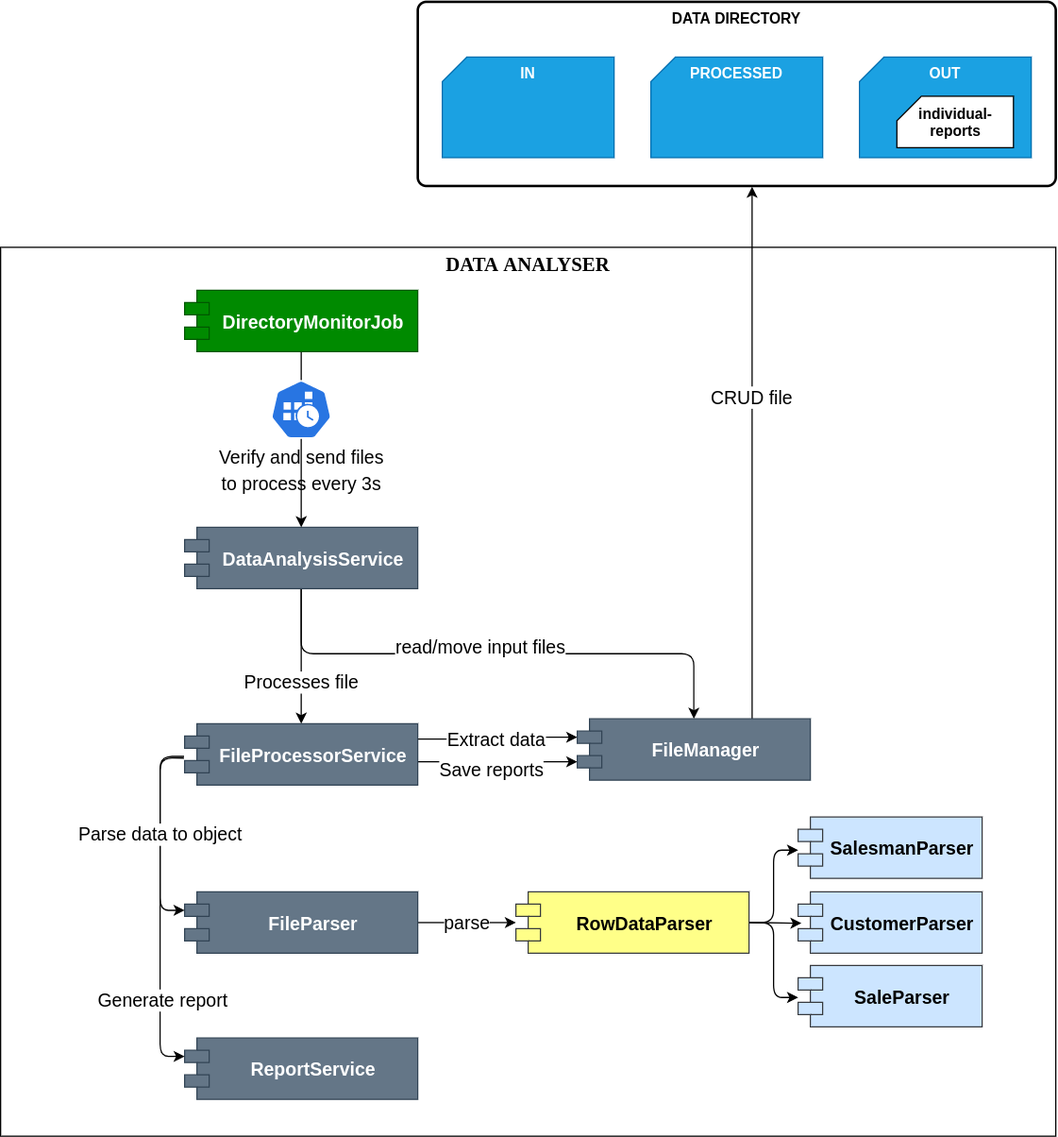
Above: data-analyser-architecture.png in CarlosAsrc/data-analyser (draw.io), before the change. Source tidied: cells renumbered, new cells last; positions are measured from the earlier drawing's top-left corner, leaving out a move shared by most shapes.
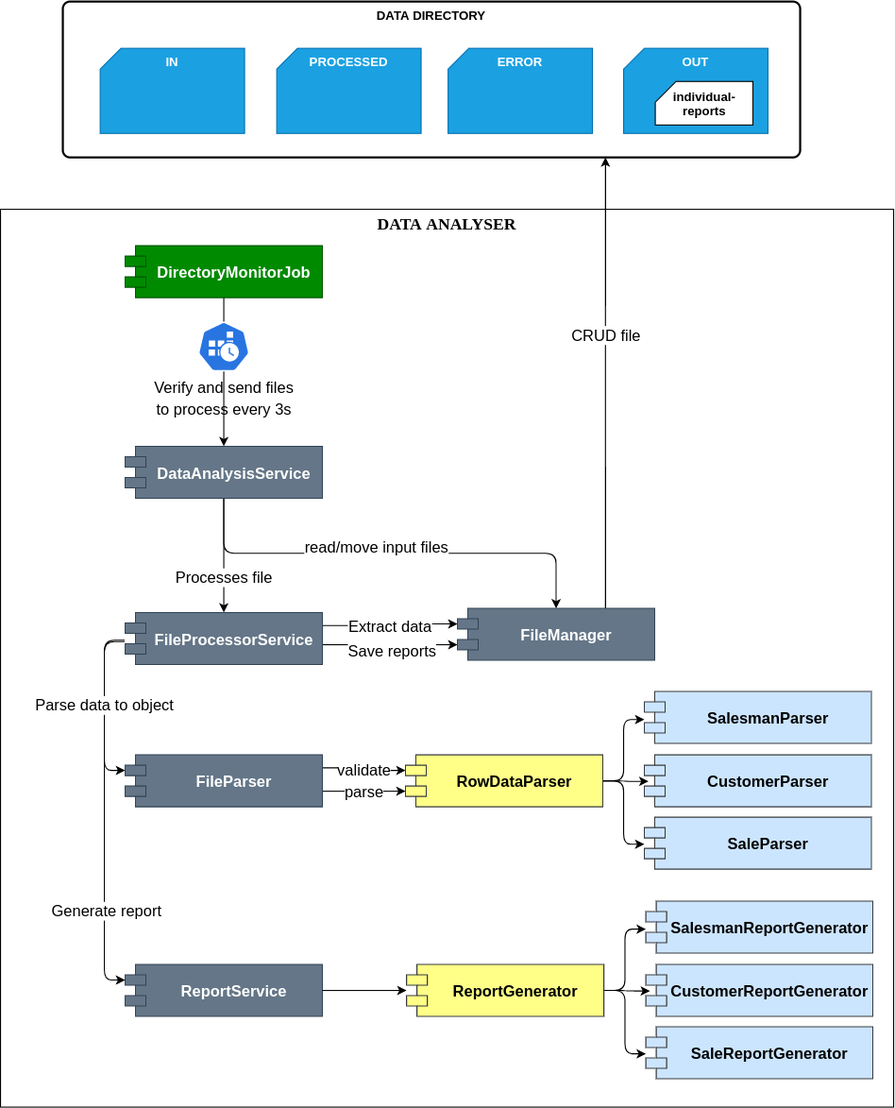
The same diagram one commit later.

Commit message:
Adjust package organization and update arch diagram

Diff of the diagram source:
```diff
@@ -17,8 +17,11 @@
       <mxGeometry x="150" y="428" width="190" height="50" as="geometry" />
     </mxCell>
     <mxCell id="6" value="&lt;b style=&quot;&quot;&gt;&lt;font color=&quot;#000000&quot; style=&quot;font-size: 16px&quot; face=&quot;Times New Roman&quot;&gt;DATA ANALYSER&lt;/font&gt;&lt;/b&gt;" style="fontStyle=0;verticalAlign=top;align=center;spacingTop=-2;fillColor=none;rounded=0;whiteSpace=wrap;html=1;strokeWidth=1;dashed=0;fontColor=#FFFFFF;labelBackgroundColor=#FFFFFF;" parent="1" vertex="1">
-      <mxGeometry y="200" width="860" height="724" as="geometry" />
+      <mxGeometry x="30" y="200" width="860" height="864" as="geometry" />
     </mxCell>
+    <mxCell id="17" value="ReportService" style="shape=module;align=left;spacingLeft=20;align=center;verticalAlign=middle;fontColor=#ffffff;fontStyle=1;fillColor=#647687;strokeColor=#314354;fontSize=15;" parent="6" vertex="1">
+      <mxGeometry x="120" y="726.8" width="190" height="50" as="geometry" />
+    </mxCell>
     <mxCell id="7" style="edgeStyle=orthogonalEdgeStyle;rounded=1;jettySize=auto;html=1;exitX=0.5;exitY=1;exitDx=0;exitDy=0;entryX=0.5;entryY=0;entryDx=0;entryDy=0;strokeColor=#000000;fontSize=15;fontColor=#000000;" parent="1" edge="1" source="8" target="5">
       <mxGeometry relative="1" as="geometry" />
     </mxCell>
@@ -43,24 +46,34 @@
     </mxCell>
     <mxCell id="12" value="Save reports" style="edgeLabel;html=1;align=center;verticalAlign=middle;fontSize=15;fontColor=#000000;" parent="11" vertex="1">
       <mxGeometry x="-0.23" y="2" relative="1" as="geometry">
-        <mxPoint x="10" y="7" as="offset" />
+        <mxPoint x="16" y="7" as="offset" />
       </mxGeometry>
     </mxCell>
-    <mxCell id="13" value="&lt;meta charset=&quot;utf-8&quot;&gt;&lt;span style=&quot;color: rgb(0, 0, 0); font-family: helvetica; font-size: 15px; font-style: normal; font-weight: 400; letter-spacing: normal; text-align: center; text-indent: 0px; text-transform: none; word-spacing: 0px; background-color: rgb(255, 255, 255); display: inline; float: none;&quot;&gt;CRUD file&lt;/span&gt;" style="edgeStyle=orthogonalEdgeStyle;rounded=1;jettySize=auto;html=1;exitX=0.75;exitY=0;exitDx=0;exitDy=0;entryX=0.524;entryY=1.004;entryDx=0;entryDy=0;entryPerimeter=0;strokeColor=#000000;fontSize=15;fontColor=#000000;" parent="1" edge="1" source="14" target="29">
-      <mxGeometry x="0.21" relative="1" as="geometry" />
+    <mxCell id="13" value="&lt;meta charset=&quot;utf-8&quot;&gt;&lt;span style=&quot;color: rgb(0, 0, 0); font-family: helvetica; font-size: 15px; font-style: normal; font-weight: 400; letter-spacing: normal; text-align: center; text-indent: 0px; text-transform: none; word-spacing: 0px; background-color: rgb(255, 255, 255); display: inline; float: none;&quot;&gt;CRUD file&lt;/span&gt;" style="edgeStyle=orthogonalEdgeStyle;rounded=1;jettySize=auto;html=1;exitX=0.75;exitY=0;exitDx=0;exitDy=0;strokeColor=#000000;fontSize=15;fontColor=#000000;" parent="1" edge="1" source="14" target="29">
+      <mxGeometry x="0.21" relative="1" as="geometry">
+        <Array as="points">
+          <mxPoint x="613" y="184" />
+          <mxPoint x="613" y="184" />
+        </Array>
+      </mxGeometry>
     </mxCell>
     <mxCell id="14" value="FileManager" style="shape=module;align=left;spacingLeft=20;align=center;verticalAlign=middle;fontColor=#ffffff;fontStyle=1;fillColor=#647687;strokeColor=#314354;fontSize=15;" parent="1" vertex="1">
       <mxGeometry x="470" y="584" width="190" height="50" as="geometry" />
     </mxCell>
-    <mxCell id="15" value="parse" style="edgeStyle=orthogonalEdgeStyle;rounded=1;jettySize=auto;html=1;exitX=1;exitY=0.5;exitDx=0;exitDy=0;strokeColor=#000000;fontSize=15;fontColor=#000000;" parent="1" edge="1" source="16" target="21">
+    <mxCell id="15" value="validate" style="edgeStyle=orthogonalEdgeStyle;rounded=1;jettySize=auto;html=1;exitX=1;exitY=0.25;exitDx=0;exitDy=0;strokeColor=#000000;fontSize=15;fontColor=#000000;entryX=0;entryY=0;entryDx=0;entryDy=15;entryPerimeter=0;" parent="1" edge="1" source="16" target="21">
       <mxGeometry relative="1" as="geometry" />
     </mxCell>
+    <mxCell id="36" value="parse" style="edgeStyle=orthogonalEdgeStyle;rounded=0;jettySize=auto;html=1;entryX=0;entryY=0;entryDx=0;entryDy=35;entryPerimeter=0;fontSize=15;" parent="1" edge="1" target="21">
+      <mxGeometry relative="1" as="geometry">
+        <mxPoint x="340" y="760" as="sourcePoint" />
+      </mxGeometry>
+    </mxCell>
     <mxCell id="16" value="FileParser" style="shape=module;align=left;spacingLeft=20;align=center;verticalAlign=middle;fontColor=#ffffff;fontStyle=1;fillColor=#647687;strokeColor=#314354;fontSize=15;" parent="1" vertex="1">
       <mxGeometry x="150" y="725" width="190" height="50" as="geometry" />
     </mxCell>
-    <mxCell id="17" value="ReportService" style="shape=module;align=left;spacingLeft=20;align=center;verticalAlign=middle;fontColor=#ffffff;fontStyle=1;fillColor=#647687;strokeColor=#314354;fontSize=15;" parent="1" vertex="1">
-      <mxGeometry x="150" y="844" width="190" height="50" as="geometry" />
-    </mxCell>
+    <mxCell id="37" style="edgeStyle=orthogonalEdgeStyle;rounded=0;jettySize=auto;html=1;exitX=1;exitY=0.5;exitDx=0;exitDy=0;" parent="1" edge="1" source="17" target="41">
+      <mxGeometry relative="1" as="geometry" />
+    </mxCell>
     <mxCell id="18" style="edgeStyle=orthogonalEdgeStyle;rounded=1;jettySize=auto;html=1;exitX=1;exitY=0.5;exitDx=0;exitDy=0;entryX=0.018;entryY=0.51;entryDx=0;entryDy=0;entryPerimeter=0;strokeColor=#000000;fontSize=15;fontColor=#000000;" parent="1" edge="1" source="21" target="22">
       <mxGeometry relative="1" as="geometry" />
     </mxCell>
@@ -73,47 +86,77 @@
     <mxCell id="21" value="RowDataParser" style="shape=module;align=left;spacingLeft=20;align=center;verticalAlign=middle;fontStyle=1;fillColor=#ffff88;strokeColor=#36393d;fontSize=15;" parent="1" vertex="1">
       <mxGeometry x="420" y="725" width="190" height="50" as="geometry" />
     </mxCell>
+    <mxCell id="25" style="edgeStyle=orthogonalEdgeStyle;rounded=1;jettySize=auto;html=1;exitX=-0.004;exitY=0.56;exitDx=0;exitDy=0;exitPerimeter=0;entryX=0;entryY=0;entryDx=0;entryDy=15;entryPerimeter=0;strokeColor=#000000;fontSize=15;fontColor=#000000;" parent="1" edge="1" source="27" target="17">
+      <mxGeometry relative="1" as="geometry" />
+    </mxCell>
+    <mxCell id="26" value="Generate report" style="edgeLabel;html=1;align=center;verticalAlign=middle;fontSize=15;fontColor=#000000;" parent="25" vertex="1">
+      <mxGeometry x="0.52" y="1" relative="1" as="geometry" />
+    </mxCell>
+    <mxCell id="27" value="FileProcessorService" style="shape=module;align=left;spacingLeft=20;align=center;verticalAlign=middle;fontColor=#ffffff;fontStyle=1;fillColor=#647687;strokeColor=#314354;fontSize=15;" parent="1" vertex="1">
+      <mxGeometry x="150" y="588" width="190" height="50" as="geometry" />
+    </mxCell>
+    <mxCell id="34" value="&lt;meta charset=&quot;utf-8&quot;&gt;&lt;span style=&quot;color: rgb(0, 0, 0); font-family: helvetica; font-size: 15px; font-style: normal; font-weight: 400; letter-spacing: normal; text-align: center; text-indent: 0px; text-transform: none; word-spacing: 0px; background-color: rgb(255, 255, 255); display: inline; float: none;&quot;&gt;Parse data to object&lt;/span&gt;" style="edgeStyle=orthogonalEdgeStyle;rounded=1;jettySize=auto;html=1;exitX=-0.004;exitY=0.533;exitDx=0;exitDy=0;exitPerimeter=0;entryX=0;entryY=0;entryDx=0;entryDy=15;entryPerimeter=0;strokeColor=#000000;fontSize=15;fontColor=#000000;" parent="1" edge="1" source="27" target="16">
+      <mxGeometry relative="1" as="geometry" />
+    </mxCell>
+    <mxCell id="35" value="&lt;span style=&quot;font-size: 15px&quot;&gt;Verify and send files&lt;/span&gt;&lt;br style=&quot;font-size: 15px&quot;&gt;&lt;span style=&quot;font-size: 15px&quot;&gt;to process every 3s&lt;/span&gt;" style="html=1;dashed=0;whitespace=wrap;fillColor=#2875E2;strokeColor=#ffffff;shape=mxgraph.kubernetes.icon;prIcon=cronjob;verticalAlign=top;labelPosition=center;verticalLabelPosition=bottom;align=center;fontStyle=0;" parent="1" vertex="1">
+      <mxGeometry x="220" y="308" width="50" height="48" as="geometry" />
+    </mxCell>
+    <mxCell id="38" style="edgeStyle=orthogonalEdgeStyle;rounded=1;jettySize=auto;html=1;exitX=1;exitY=0.5;exitDx=0;exitDy=0;entryX=0.018;entryY=0.51;entryDx=0;entryDy=0;entryPerimeter=0;strokeColor=#000000;fontSize=15;fontColor=#000000;" parent="1" edge="1" source="41" target="43">
+      <mxGeometry relative="1" as="geometry" />
+    </mxCell>
+    <mxCell id="39" style="edgeStyle=orthogonalEdgeStyle;rounded=1;jettySize=auto;html=1;exitX=1;exitY=0.5;exitDx=0;exitDy=0;entryX=0;entryY=0.52;entryDx=0;entryDy=0;entryPerimeter=0;strokeColor=#000000;fontSize=15;fontColor=#000000;" parent="1" edge="1" source="41" target="45">
+      <mxGeometry relative="1" as="geometry" />
+    </mxCell>
+    <mxCell id="40" style="edgeStyle=orthogonalEdgeStyle;rounded=1;jettySize=auto;html=1;exitX=1;exitY=0.5;exitDx=0;exitDy=0;entryX=0;entryY=0.54;entryDx=0;entryDy=0;entryPerimeter=0;strokeColor=#000000;fontSize=15;fontColor=#000000;" parent="1" edge="1" source="41" target="44">
+      <mxGeometry relative="1" as="geometry" />
+    </mxCell>
+    <mxCell id="41" value="ReportGenerator" style="shape=module;align=left;spacingLeft=20;align=center;verticalAlign=middle;fontStyle=1;fillColor=#ffff88;strokeColor=#36393d;fontSize=15;" parent="1" vertex="1">
+      <mxGeometry x="421" y="926.7" width="190" height="50" as="geometry" />
+    </mxCell>
+    <mxCell id="42" style="group;" parent="1" vertex="1">
+      <mxGeometry x="650" y="664" width="220" height="372.7" as="geometry" />
+    </mxCell>
-    <mxCell id="22" value="CustomerParser" style="shape=module;align=left;spacingLeft=20;align=center;verticalAlign=middle;fontStyle=1;fillColor=#cce5ff;strokeColor=#36393d;fontSize=15;" parent="1" vertex="1">
-      <mxGeometry x="650" y="725" width="150" height="50" as="geometry" />
+    <mxCell id="22" value="CustomerParser" style="shape=module;align=left;spacingLeft=20;align=center;verticalAlign=middle;fontStyle=1;fillColor=#cce5ff;strokeColor=#36393d;fontSize=15;" parent="42" vertex="1">
+      <mxGeometry y="61" width="218.5" height="50" as="geometry" />
     </mxCell>
-    <mxCell id="23" value="SalesmanParser" style="shape=module;align=left;spacingLeft=20;align=center;verticalAlign=middle;fontStyle=1;fillColor=#cce5ff;strokeColor=#36393d;fontSize=15;" parent="1" vertex="1">
-      <mxGeometry x="650" y="664" width="150" height="50" as="geometry" />
+    <mxCell id="23" value="SalesmanParser" style="shape=module;align=left;spacingLeft=20;align=center;verticalAlign=middle;fontStyle=1;fillColor=#cce5ff;strokeColor=#36393d;fontSize=15;" parent="42" vertex="1">
+      <mxGeometry width="218.5" height="50" as="geometry" />
     </mxCell>
-    <mxCell id="24" value="SaleParser" style="shape=module;align=left;spacingLeft=20;align=center;verticalAlign=middle;fontStyle=1;fillColor=#cce5ff;strokeColor=#36393d;fontSize=15;" parent="1" vertex="1">
-      <mxGeometry x="650" y="785" width="150" height="50" as="geometry" />
+    <mxCell id="24" value="SaleParser" style="shape=module;align=left;spacingLeft=20;align=center;verticalAlign=middle;fontStyle=1;fillColor=#cce5ff;strokeColor=#36393d;fontSize=15;" parent="42" vertex="1">
+      <mxGeometry y="121" width="218.5" height="50" as="geometry" />
     </mxCell>
-    <mxCell id="25" style="edgeStyle=orthogonalEdgeStyle;rounded=1;jettySize=auto;html=1;exitX=-0.004;exitY=0.56;exitDx=0;exitDy=0;exitPerimeter=0;entryX=0;entryY=0;entryDx=0;entryDy=15;entryPerimeter=0;strokeColor=#000000;fontSize=15;fontColor=#000000;" parent="1" edge="1" source="27" target="17">
-      <mxGeometry relative="1" as="geometry" />
-    </mxCell>
-    <mxCell id="26" value="Generate report" style="edgeLabel;html=1;align=center;verticalAlign=middle;fontSize=15;fontColor=#000000;" parent="25" vertex="1">
-      <mxGeometry x="0.52" y="1" relative="1" as="geometry" />
-    </mxCell>
-    <mxCell id="27" value="FileProcessorService" style="shape=module;align=left;spacingLeft=20;align=center;verticalAlign=middle;fontColor=#ffffff;fontStyle=1;fillColor=#647687;strokeColor=#314354;fontSize=15;" parent="1" vertex="1">
-      <mxGeometry x="150" y="588" width="190" height="50" as="geometry" />
-    </mxCell>
-    <mxCell id="28" style="group;" parent="1" vertex="1">
-      <mxGeometry x="340" width="520" height="150" as="geometry" />
-    </mxCell>
+    <mxCell id="43" value="CustomerReportGenerator" style="shape=module;align=left;spacingLeft=20;align=center;verticalAlign=middle;fontStyle=1;fillColor=#cce5ff;strokeColor=#36393d;fontSize=15;" parent="42" vertex="1">
+      <mxGeometry x="1.5" y="262.7" width="218.5" height="50" as="geometry" />
+    </mxCell>
+    <mxCell id="44" value="SalesmanReportGenerator" style="shape=module;align=left;spacingLeft=20;align=center;verticalAlign=middle;fontStyle=1;fillColor=#cce5ff;strokeColor=#36393d;fontSize=15;" parent="42" vertex="1">
+      <mxGeometry x="1.5" y="201.7" width="218.5" height="50" as="geometry" />
+    </mxCell>
+    <mxCell id="45" value="SaleReportGenerator" style="shape=module;align=left;spacingLeft=20;align=center;verticalAlign=middle;fontStyle=1;fillColor=#cce5ff;strokeColor=#36393d;fontSize=15;" parent="42" vertex="1">
+      <mxGeometry x="1.5" y="322.7" width="218.5" height="50" as="geometry" />
+    </mxCell>
+    <mxCell id="46" style="group;" parent="1" vertex="1">
+      <mxGeometry x="90" width="710" height="150" as="geometry" />
+    </mxCell>
-    <mxCell id="29" value="DATA DIRECTORY" style="rounded=1;whiteSpace=wrap;html=1;absoluteArcSize=1;arcSize=14;strokeWidth=2;verticalAlign=top;fontStyle=1;" parent="28" vertex="1">
-      <mxGeometry width="520" height="150" as="geometry" />
+    <mxCell id="29" value="DATA DIRECTORY" style="rounded=1;whiteSpace=wrap;html=1;absoluteArcSize=1;arcSize=14;strokeWidth=2;verticalAlign=top;fontStyle=1;" parent="46" vertex="1">
+      <mxGeometry width="710" height="150" as="geometry" />
     </mxCell>
+    <mxCell id="32" value="PROCESSED" style="verticalLabelPosition=middle;verticalAlign=top;html=1;shape=card;whiteSpace=wrap;size=20;arcSize=12;labelPosition=center;align=center;fillColor=#1ba1e2;strokeColor=#006EAF;fontColor=#ffffff;fontStyle=1;" parent="46" vertex="1">
+      <mxGeometry x="206" y="45" width="139" height="81.9" as="geometry" />
+    </mxCell>
+    <mxCell id="33" value="IN" style="verticalLabelPosition=middle;verticalAlign=top;html=1;shape=card;whiteSpace=wrap;size=20;arcSize=12;labelPosition=center;align=center;fillColor=#1ba1e2;strokeColor=#006EAF;fontColor=#ffffff;fontStyle=1;" parent="46" vertex="1">
+      <mxGeometry x="36" y="45" width="139" height="81.9" as="geometry" />
+    </mxCell>
+    <mxCell id="47" style="group;" parent="46" vertex="1">
+      <mxGeometry x="540" y="45" width="139" height="81.9" as="geometry" />
+    </mxCell>
-    <mxCell id="30" value="OUT" style="verticalLabelPosition=middle;verticalAlign=top;html=1;shape=card;whiteSpace=wrap;size=20;arcSize=12;labelPosition=center;align=center;fillColor=#1ba1e2;strokeColor=#006EAF;fontColor=#ffffff;fontStyle=1;" parent="28" vertex="1">
-      <mxGeometry x="360" y="45" width="140" height="81.9" as="geometry" />
+    <mxCell id="30" value="OUT" style="verticalLabelPosition=middle;verticalAlign=top;html=1;shape=card;whiteSpace=wrap;size=20;arcSize=12;labelPosition=center;align=center;fillColor=#1ba1e2;strokeColor=#006EAF;fontColor=#ffffff;fontStyle=1;" parent="47" vertex="1">
+      <mxGeometry width="139" height="81.9" as="geometry" />
     </mxCell>
-    <mxCell id="31" value="individual-reports" style="verticalLabelPosition=middle;verticalAlign=middle;html=1;shape=card;whiteSpace=wrap;size=20;arcSize=12;labelPosition=center;align=center;fontStyle=1;" parent="28" vertex="1">
-      <mxGeometry x="390.5" y="76.9" width="95" height="41.9" as="geometry" />
+    <mxCell id="31" value="individual-reports" style="verticalLabelPosition=middle;verticalAlign=middle;html=1;shape=card;whiteSpace=wrap;size=20;arcSize=12;labelPosition=center;align=center;fontStyle=1;" parent="47" vertex="1">
+      <mxGeometry x="30.5" y="31.9" width="94" height="41.9" as="geometry" />
     </mxCell>
-    <mxCell id="32" value="PROCESSED" style="verticalLabelPosition=middle;verticalAlign=top;html=1;shape=card;whiteSpace=wrap;size=20;arcSize=12;labelPosition=center;align=center;fillColor=#1ba1e2;strokeColor=#006EAF;fontColor=#ffffff;fontStyle=1;" parent="28" vertex="1">
-      <mxGeometry x="190" y="45" width="140" height="81.9" as="geometry" />
-    </mxCell>
-    <mxCell id="33" value="IN" style="verticalLabelPosition=middle;verticalAlign=top;html=1;shape=card;whiteSpace=wrap;size=20;arcSize=12;labelPosition=center;align=center;fillColor=#1ba1e2;strokeColor=#006EAF;fontColor=#ffffff;fontStyle=1;" parent="28" vertex="1">
-      <mxGeometry x="20" y="45" width="140" height="81.9" as="geometry" />
-    </mxCell>
-    <mxCell id="34" value="&lt;meta charset=&quot;utf-8&quot;&gt;&lt;span style=&quot;color: rgb(0, 0, 0); font-family: helvetica; font-size: 15px; font-style: normal; font-weight: 400; letter-spacing: normal; text-align: center; text-indent: 0px; text-transform: none; word-spacing: 0px; background-color: rgb(255, 255, 255); display: inline; float: none;&quot;&gt;Parse data to object&lt;/span&gt;" style="edgeStyle=orthogonalEdgeStyle;rounded=1;jettySize=auto;html=1;exitX=-0.004;exitY=0.533;exitDx=0;exitDy=0;exitPerimeter=0;entryX=0;entryY=0;entryDx=0;entryDy=15;entryPerimeter=0;strokeColor=#000000;fontSize=15;fontColor=#000000;" parent="1" edge="1" source="27" target="16">
-      <mxGeometry relative="1" as="geometry" />
-    </mxCell>
-    <mxCell id="35" value="&lt;span style=&quot;font-size: 15px&quot;&gt;Verify and send files&lt;/span&gt;&lt;br style=&quot;font-size: 15px&quot;&gt;&lt;span style=&quot;font-size: 15px&quot;&gt;to process every 3s&lt;/span&gt;" style="html=1;dashed=0;whitespace=wrap;fillColor=#2875E2;strokeColor=#ffffff;shape=mxgraph.kubernetes.icon;prIcon=cronjob;verticalAlign=top;labelPosition=center;verticalLabelPosition=bottom;align=center;fontStyle=0;" parent="1" vertex="1">
-      <mxGeometry x="220" y="308" width="50" height="48" as="geometry" />
-    </mxCell>
+    <mxCell id="48" value="ERROR" style="verticalLabelPosition=middle;verticalAlign=top;html=1;shape=card;whiteSpace=wrap;size=20;arcSize=12;labelPosition=center;align=center;fillColor=#1ba1e2;strokeColor=#006EAF;fontColor=#ffffff;fontStyle=1;" parent="46" vertex="1">
+      <mxGeometry x="371" y="45" width="139" height="81.9" as="geometry" />
+    </mxCell>
   </root>
 </mxGraphModel>
```
